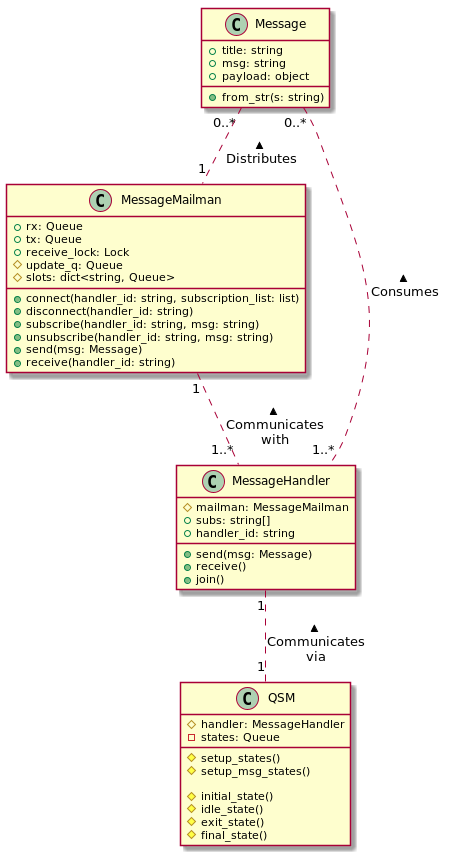
This is tradebot/messaging/Domain_Model_Diagram.png from aaron-jencks/alpaca_stock_tradebot, a PlantUML export, as it was before one commit. The source it was exported from:
```plantuml
@startuml "Domain Model Diagram"

class Message {
    + title: string
    + msg: string
    + payload: object
    + from_str(s: string)
}

class MessageMailman {
    + rx: Queue
    + tx: Queue
    + receive_lock: Lock
    # update_q: Queue
    # slots: dict<string, Queue>

    + connect(handler_id: string, subscription_list: list)
    + disconnect(handler_id: string)
    + subscribe(handler_id: string, msg: string)
    + unsubscribe(handler_id: string, msg: string)
    + send(msg: Message)
    + receive(handler_id: string)
}

Message "0..*" .. "1" MessageMailman : < Distributes

class MessageHandler {
    # mailman: MessageMailman
    + subs: string[]
    + handler_id: string

    + send(msg: Message)
    + receive()
    + join()
}

Message "0..*" .. "1..*" MessageHandler : < Consumes
MessageMailman "1" .. "1..*" MessageHandler : < Communicates\nwith

class QSM {
    # handler: MessageHandler
    - states: Queue

    # setup_states()
    # setup_msg_states()

    # initial_state()
    # idle_state()
    # exit_state()
    # final_state()
}

MessageHandler "1" .. "1" QSM : < Communicates\nvia

@enduml
```
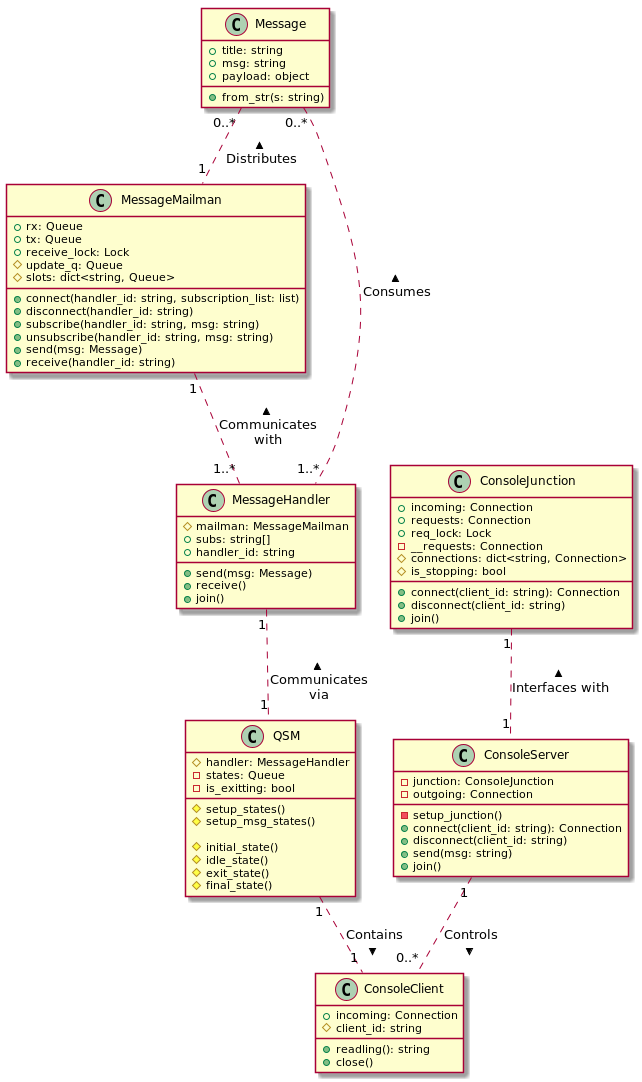
The same diagram one commit later.

What changed in the source:
```diff
@@ -40,6 +40,7 @@
 class QSM {
     # handler: MessageHandler
     - states: Queue
+    - is_exitting: bool
 
     # setup_states()
     # setup_msg_states()
@@ -52,4 +53,42 @@
 
 MessageHandler "1" .. "1" QSM : < Communicates\nvia
 
+class ConsoleJunction {
+    + incoming: Connection
+    + requests: Connection
+    + req_lock: Lock
+    - __requests: Connection
+    # connections: dict<string, Connection>
+    # is_stopping: bool
+
+    + connect(client_id: string): Connection
+    + disconnect(client_id: string)
+    + join()
+}
+
+class ConsoleServer {
+    - junction: ConsoleJunction
+    - outgoing: Connection
+
+    - setup_junction()
+    + connect(client_id: string): Connection
+    + disconnect(client_id: string)
+    + send(msg: string)
+    + join()
+}
+
+ConsoleJunction "1" .. "1" ConsoleServer : < Interfaces with
+
+class ConsoleClient {
+    + incoming: Connection
+    # client_id: string
+
+    + readling(): string
+    + close()
+}
+
+ConsoleServer "1" .. "0..*" ConsoleClient : > Controls
+
+QSM "1" .. "1" ConsoleClient : > Contains
+
 @enduml
```
